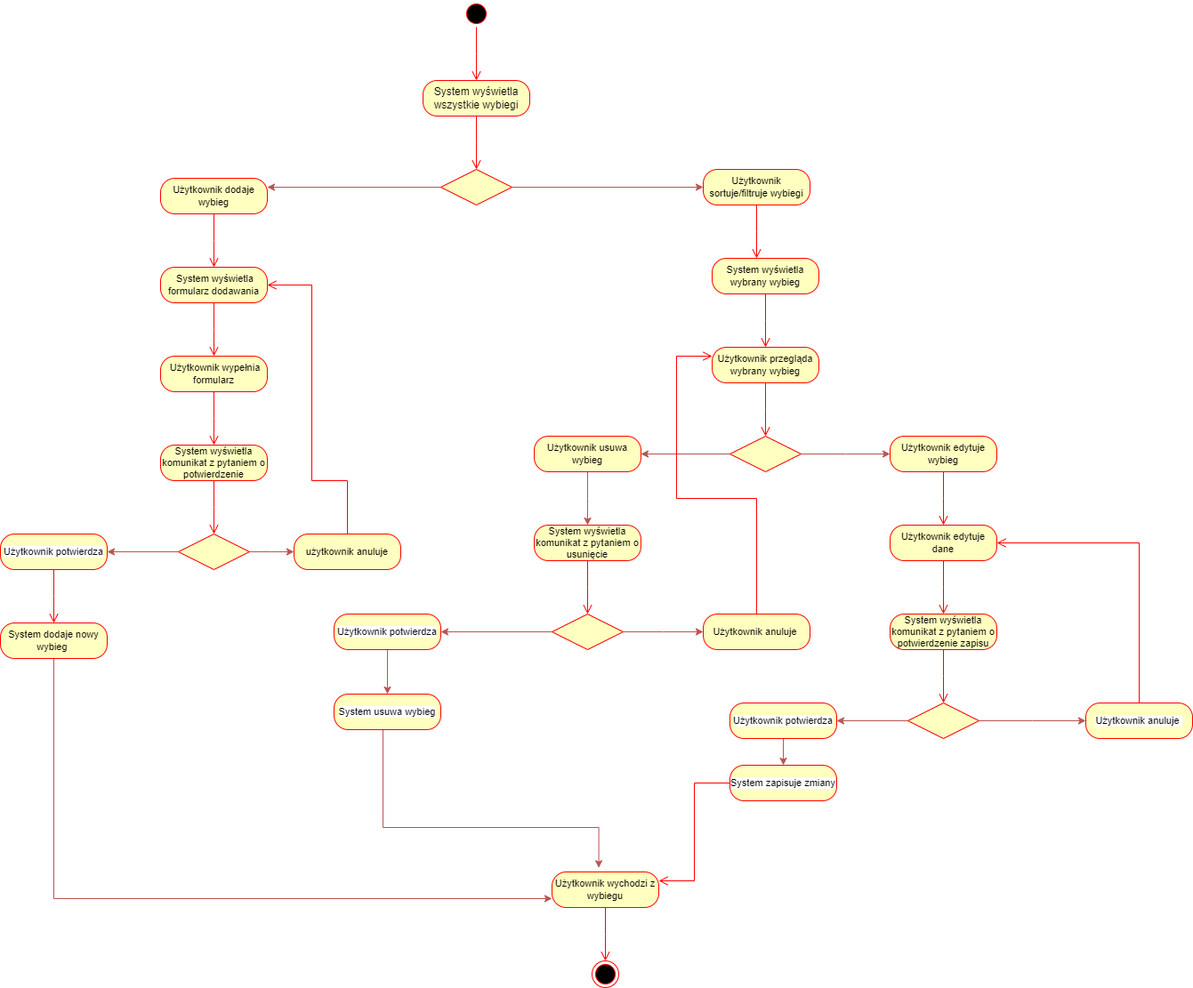
The draw.io diagram Diagramy/DiagramCzynnosciZarzadzanieWybiegiem.drawio.png in Karczykowski/Psi, before a commit. Source tidied: cells renumbered, new cells last; positions are measured from the earlier drawing's top-left corner, leaving out a move shared by most shapes.
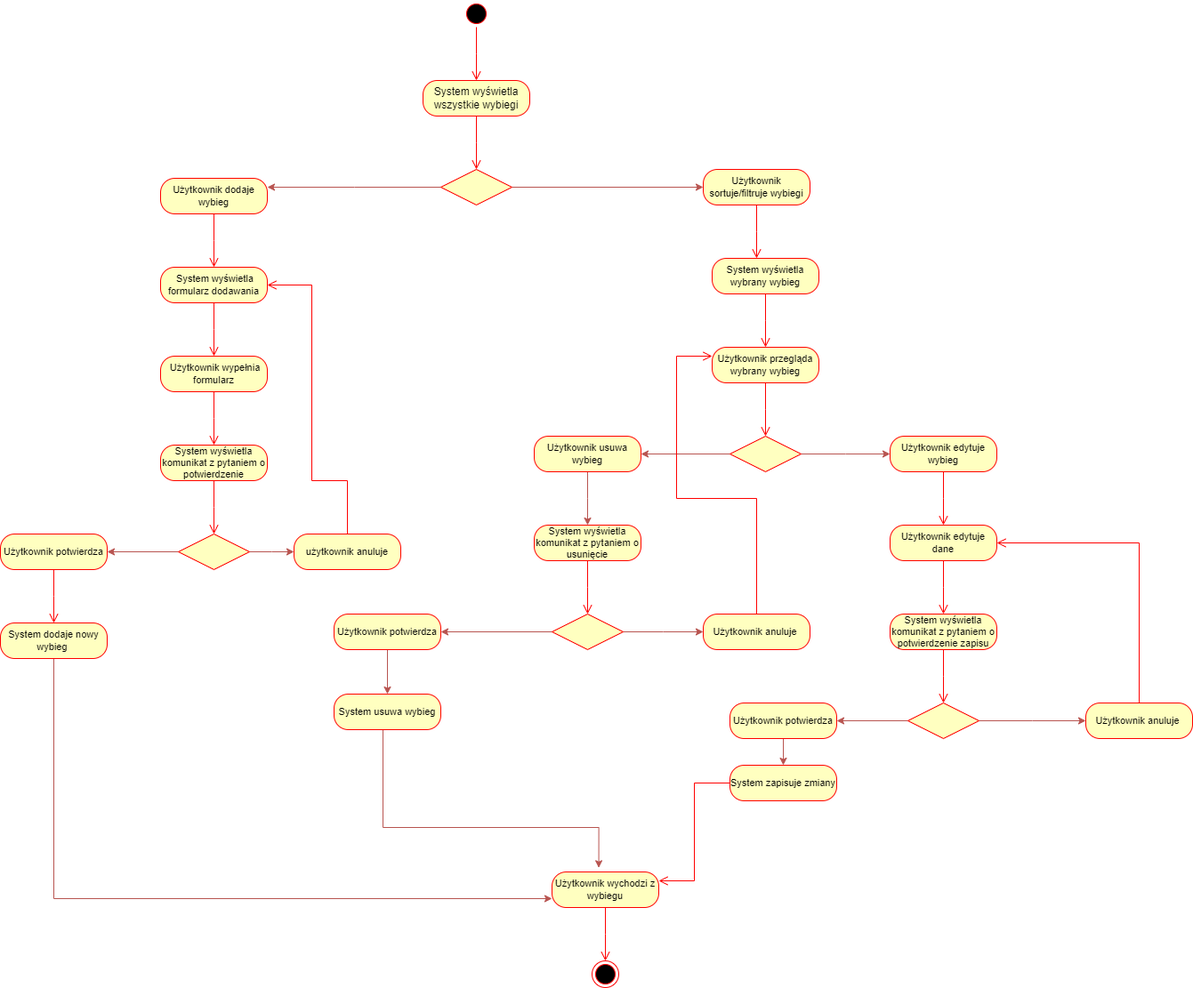
The same file after the commit.

What changed in the source:
```diff
@@ -95,7 +95,7 @@
         </Array>
       </mxGeometry>
     </mxCell>
-    <mxCell id="24" value="Użytkownik potwierdza" style="rounded=1;whiteSpace=wrap;html=1;arcSize=40;fontColor=#000000;fillColor=#ffffc0;strokeColor=#ff0000;fontFamily=Helvetica;fontSize=11;labelBackgroundColor=default;" parent="1" vertex="1">
+    <mxCell id="24" value="Użytkownik potwierdza" style="rounded=1;whiteSpace=wrap;html=1;arcSize=40;fontColor=#000000;fillColor=#ffffc0;strokeColor=#ff0000;fontFamily=Helvetica;fontSize=11;labelBackgroundColor=none;" parent="1" vertex="1">
       <mxGeometry y="600" width="120" height="40" as="geometry" />
     </mxCell>
     <mxCell id="25" style="edgeStyle=orthogonalEdgeStyle;html=1;verticalAlign=bottom;endArrow=open;endSize=8;strokeColor=#ff0000;rounded=0;align=center;fontFamily=Helvetica;fontSize=11;fontColor=default;labelBackgroundColor=default;fillColor=#f8cecc;" parent="1" edge="1" source="24">
@@ -180,7 +180,7 @@
     <mxCell id="44" style="edgeStyle=orthogonalEdgeStyle;rounded=0;jettySize=auto;html=1;strokeColor=#b85450;align=center;verticalAlign=middle;fontFamily=Helvetica;fontSize=11;fontColor=default;labelBackgroundColor=default;endArrow=classic;fillColor=#f8cecc;" parent="1" edge="1" source="45" target="49">
       <mxGeometry relative="1" as="geometry" />
     </mxCell>
-    <mxCell id="45" value="Użytkownik potwierdza" style="rounded=1;whiteSpace=wrap;html=1;arcSize=40;fontColor=#000000;fillColor=#ffffc0;strokeColor=#ff0000;fontFamily=Helvetica;fontSize=11;labelBackgroundColor=default;" parent="1" vertex="1">
+    <mxCell id="45" value="Użytkownik potwierdza" style="rounded=1;whiteSpace=wrap;html=1;arcSize=40;fontColor=#000000;fillColor=#ffffc0;strokeColor=#ff0000;fontFamily=Helvetica;fontSize=11;labelBackgroundColor=none;" parent="1" vertex="1">
       <mxGeometry x="375" y="690" width="120" height="40" as="geometry" />
     </mxCell>
     <mxCell id="46" value="Użytkownik anuluje&amp;nbsp;" style="rounded=1;whiteSpace=wrap;html=1;arcSize=40;fontColor=#000000;fillColor=#ffffc0;strokeColor=#ff0000;fontFamily=Helvetica;fontSize=11;labelBackgroundColor=none;" parent="1" vertex="1">
@@ -203,7 +203,7 @@
         </Array>
       </mxGeometry>
     </mxCell>
-    <mxCell id="49" value="System usuwa wybieg" style="rounded=1;whiteSpace=wrap;html=1;arcSize=40;fontColor=#000000;fillColor=#ffffc0;strokeColor=#ff0000;fontFamily=Helvetica;fontSize=11;labelBackgroundColor=default;" parent="1" vertex="1">
+    <mxCell id="49" value="System usuwa wybieg" style="rounded=1;whiteSpace=wrap;html=1;arcSize=40;fontColor=#000000;fillColor=#ffffc0;strokeColor=#ff0000;fontFamily=Helvetica;fontSize=11;labelBackgroundColor=none;" parent="1" vertex="1">
       <mxGeometry x="375" y="780" width="120" height="40" as="geometry" />
     </mxCell>
     <mxCell id="50" value="Użytkownik edytuje dane" style="rounded=1;whiteSpace=wrap;html=1;arcSize=40;fontColor=#000000;fillColor=#ffffc0;strokeColor=#ff0000;fontFamily=Helvetica;fontSize=11;labelBackgroundColor=none;" parent="1" vertex="1">
@@ -236,10 +236,10 @@
     <mxCell id="57" style="edgeStyle=orthogonalEdgeStyle;rounded=0;jettySize=auto;html=1;strokeColor=#b85450;align=center;verticalAlign=middle;fontFamily=Helvetica;fontSize=11;fontColor=default;labelBackgroundColor=default;endArrow=classic;fillColor=#f8cecc;" parent="1" edge="1" source="58" target="61">
       <mxGeometry relative="1" as="geometry" />
     </mxCell>
-    <mxCell id="58" value="Użytkownik potwierdza" style="rounded=1;whiteSpace=wrap;html=1;arcSize=40;fontColor=#000000;fillColor=#ffffc0;strokeColor=#ff0000;fontFamily=Helvetica;fontSize=11;labelBackgroundColor=default;" parent="1" vertex="1">
+    <mxCell id="58" value="Użytkownik potwierdza" style="rounded=1;whiteSpace=wrap;html=1;arcSize=40;fontColor=#000000;fillColor=#ffffc0;strokeColor=#ff0000;fontFamily=Helvetica;fontSize=11;labelBackgroundColor=none;" parent="1" vertex="1">
       <mxGeometry x="820" y="790" width="120" height="40" as="geometry" />
     </mxCell>
-    <mxCell id="59" value="&lt;span style=&quot;background-color: rgb(251, 251, 251);&quot;&gt;Użytkownik anuluje&amp;nbsp;&lt;/span&gt;" style="rounded=1;whiteSpace=wrap;html=1;arcSize=40;fontColor=#000000;fillColor=#ffffc0;strokeColor=#ff0000;fontFamily=Helvetica;fontSize=11;labelBackgroundColor=default;" parent="1" vertex="1">
+    <mxCell id="59" value="&lt;span style=&quot;&quot;&gt;Użytkownik anuluje&amp;nbsp;&lt;/span&gt;" style="rounded=1;whiteSpace=wrap;html=1;arcSize=40;fontColor=#000000;fillColor=#ffffc0;strokeColor=#ff0000;fontFamily=Helvetica;fontSize=11;labelBackgroundColor=none;" parent="1" vertex="1">
       <mxGeometry x="1220" y="790" width="120" height="40" as="geometry" />
     </mxCell>
     <mxCell id="60" style="edgeStyle=orthogonalEdgeStyle;html=1;verticalAlign=bottom;endArrow=open;endSize=8;strokeColor=#ff0000;rounded=0;align=center;fontFamily=Helvetica;fontSize=11;fontColor=default;labelBackgroundColor=default;fillColor=#f8cecc;entryX=1;entryY=0.5;entryDx=0;entryDy=0;" parent="1" edge="1" source="59" target="50">
@@ -249,7 +249,7 @@
         </Array>
       </mxGeometry>
     </mxCell>
-    <mxCell id="61" value="System zapisuje zmiany" style="rounded=1;whiteSpace=wrap;html=1;arcSize=40;fontColor=#000000;fillColor=#ffffc0;strokeColor=#ff0000;fontFamily=Helvetica;fontSize=11;labelBackgroundColor=default;" parent="1" vertex="1">
+    <mxCell id="61" value="System zapisuje zmiany" style="rounded=1;whiteSpace=wrap;html=1;arcSize=40;fontColor=#000000;fillColor=#ffffc0;strokeColor=#ff0000;fontFamily=Helvetica;fontSize=11;labelBackgroundColor=none;labelBorderColor=none;" parent="1" vertex="1">
       <mxGeometry x="820" y="860" width="120" height="40" as="geometry" />
     </mxCell>
     <mxCell id="62" style="edgeStyle=orthogonalEdgeStyle;html=1;verticalAlign=bottom;endArrow=open;endSize=8;strokeColor=#ff0000;rounded=0;align=center;fontFamily=Helvetica;fontSize=11;fontColor=default;labelBackgroundColor=default;fillColor=#f8cecc;entryX=1;entryY=0.25;entryDx=0;entryDy=0;" parent="1" edge="1" source="61" target="63">
```
